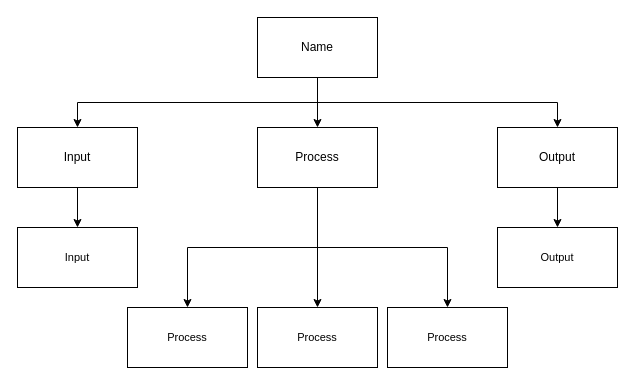
Earlier version of the draw.io diagram design.drawio (Aleksandr-Ten/ICS3U-Unit3-05-Python). Source tidied: cells renumbered, new cells numbered last; positions are measured from the earlier drawing's top-left corner, leaving out a move shared by most shapes. Both pictures are drawn from the tidied source at 100%, with x=0, y=0 at pixel (17, 17).
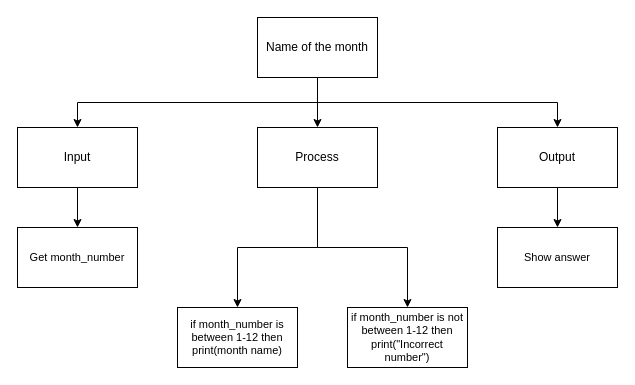
After the change.

The edit, as a diff of the source:
```diff
@@
 <mxGraphModel>
   <root>
     <mxCell id="0" />
     <mxCell id="1" parent="0" />
     <mxCell id="2" style="edgeStyle=none;html=1;exitX=0.5;exitY=1;exitDx=0;exitDy=0;entryX=0.5;entryY=0;entryDx=0;entryDy=0;" parent="1" edge="1" source="5" target="9">
       <mxGeometry relative="1" as="geometry" />
     </mxCell>
     <mxCell id="3" style="edgeStyle=orthogonalEdgeStyle;html=1;exitX=0.5;exitY=1;exitDx=0;exitDy=0;entryX=0.5;entryY=0;entryDx=0;entryDy=0;rounded=0;" parent="1" edge="1" source="5" target="11">
       <mxGeometry relative="1" as="geometry" />
     </mxCell>
     <mxCell id="4" style="edgeStyle=orthogonalEdgeStyle;shape=connector;rounded=0;html=1;labelBackgroundColor=default;fontFamily=Helvetica;fontSize=11;fontColor=default;endArrow=classic;strokeColor=default;exitX=0.5;exitY=1;exitDx=0;exitDy=0;" parent="1" edge="1" source="5" target="13">
       <mxGeometry relative="1" as="geometry" />
     </mxCell>
-    <mxCell id="5" value="Name" style="rounded=0;whiteSpace=wrap;html=1;" parent="1" vertex="1">
+    <mxCell id="5" value="Name of the month" style="rounded=0;whiteSpace=wrap;html=1;" parent="1" vertex="1">
       <mxGeometry x="240" width="120" height="60" as="geometry" />
     </mxCell>
     <mxCell id="6" style="edgeStyle=orthogonalEdgeStyle;shape=connector;rounded=0;html=1;labelBackgroundColor=default;fontFamily=Helvetica;fontSize=11;fontColor=default;endArrow=classic;strokeColor=default;" parent="1" edge="1" source="9" target="16">
       <mxGeometry relative="1" as="geometry" />
     </mxCell>
     <mxCell id="7" style="edgeStyle=orthogonalEdgeStyle;shape=connector;rounded=0;html=1;exitX=0.5;exitY=1;exitDx=0;exitDy=0;labelBackgroundColor=default;fontFamily=Helvetica;fontSize=11;fontColor=default;endArrow=classic;strokeColor=default;" parent="1" edge="1" source="9" target="15">
       <mxGeometry relative="1" as="geometry" />
     </mxCell>
-    <mxCell id="8" style="edgeStyle=orthogonalEdgeStyle;shape=connector;rounded=0;html=1;exitX=0.5;exitY=1;exitDx=0;exitDy=0;labelBackgroundColor=default;fontFamily=Helvetica;fontSize=11;fontColor=default;endArrow=classic;strokeColor=default;" parent="1" edge="1" source="9" target="17">
-      <mxGeometry relative="1" as="geometry" />
-    </mxCell>
     <mxCell id="9" value="Process" style="rounded=0;whiteSpace=wrap;html=1;" parent="1" vertex="1">
       <mxGeometry x="240" y="110" width="120" height="60" as="geometry" />
     </mxCell>
     <mxCell id="10" style="edgeStyle=orthogonalEdgeStyle;shape=connector;rounded=0;html=1;exitX=0.5;exitY=1;exitDx=0;exitDy=0;labelBackgroundColor=default;fontFamily=Helvetica;fontSize=11;fontColor=default;endArrow=classic;strokeColor=default;" parent="1" edge="1" source="11" target="14">
       <mxGeometry relative="1" as="geometry" />
     </mxCell>
     <mxCell id="11" value="Input" style="rounded=0;whiteSpace=wrap;html=1;" parent="1" vertex="1">
       <mxGeometry y="110" width="120" height="60" as="geometry" />
     </mxCell>
     <mxCell id="12" style="edgeStyle=orthogonalEdgeStyle;shape=connector;rounded=0;html=1;labelBackgroundColor=default;fontFamily=Helvetica;fontSize=11;fontColor=default;endArrow=classic;strokeColor=default;" parent="1" edge="1" source="13" target="18">
       <mxGeometry relative="1" as="geometry" />
     </mxCell>
     <mxCell id="13" value="Output" style="rounded=0;whiteSpace=wrap;html=1;" parent="1" vertex="1">
       <mxGeometry x="480" y="110" width="120" height="60" as="geometry" />
     </mxCell>
-    <mxCell id="14" value="Input" style="rounded=0;whiteSpace=wrap;html=1;fontFamily=Helvetica;fontSize=11;fontColor=default;" parent="1" vertex="1">
+    <mxCell id="14" value="Get month_number" style="rounded=0;whiteSpace=wrap;html=1;fontFamily=Helvetica;fontSize=11;fontColor=default;" parent="1" vertex="1">
       <mxGeometry y="210" width="120" height="60" as="geometry" />
     </mxCell>
-    <mxCell id="15" value="Process" style="rounded=0;whiteSpace=wrap;html=1;fontFamily=Helvetica;fontSize=11;fontColor=default;" parent="1" vertex="1">
-      <mxGeometry x="110" y="290" width="120" height="60" as="geometry" />
+    <mxCell id="15" value="if month_number is between 1-12 then print(month name)" style="rounded=0;whiteSpace=wrap;html=1;fontFamily=Helvetica;fontSize=11;fontColor=default;" parent="1" vertex="1">
+      <mxGeometry x="160" y="290" width="120" height="60" as="geometry" />
     </mxCell>
-    <mxCell id="16" value="Process" style="rounded=0;whiteSpace=wrap;html=1;fontFamily=Helvetica;fontSize=11;fontColor=default;" parent="1" vertex="1">
-      <mxGeometry x="240" y="290" width="120" height="60" as="geometry" />
+    <mxCell id="16" value="if month_number is not between 1-12 then print(&quot;Incorrect number&quot;)" style="rounded=0;whiteSpace=wrap;html=1;fontFamily=Helvetica;fontSize=11;fontColor=default;" parent="1" vertex="1">
+      <mxGeometry x="330" y="290" width="120" height="60" as="geometry" />
     </mxCell>
-    <mxCell id="17" value="Process" style="rounded=0;whiteSpace=wrap;html=1;fontFamily=Helvetica;fontSize=11;fontColor=default;" parent="1" vertex="1">
-      <mxGeometry x="370" y="290" width="120" height="60" as="geometry" />
-    </mxCell>
-    <mxCell id="18" value="Output" style="rounded=0;whiteSpace=wrap;html=1;fontFamily=Helvetica;fontSize=11;fontColor=default;" parent="1" vertex="1">
+    <mxCell id="18" value="Show answer" style="rounded=0;whiteSpace=wrap;html=1;fontFamily=Helvetica;fontSize=11;fontColor=default;" parent="1" vertex="1">
       <mxGeometry x="480" y="210" width="120" height="60" as="geometry" />
     </mxCell>
   </root>
 </mxGraphModel>
```
